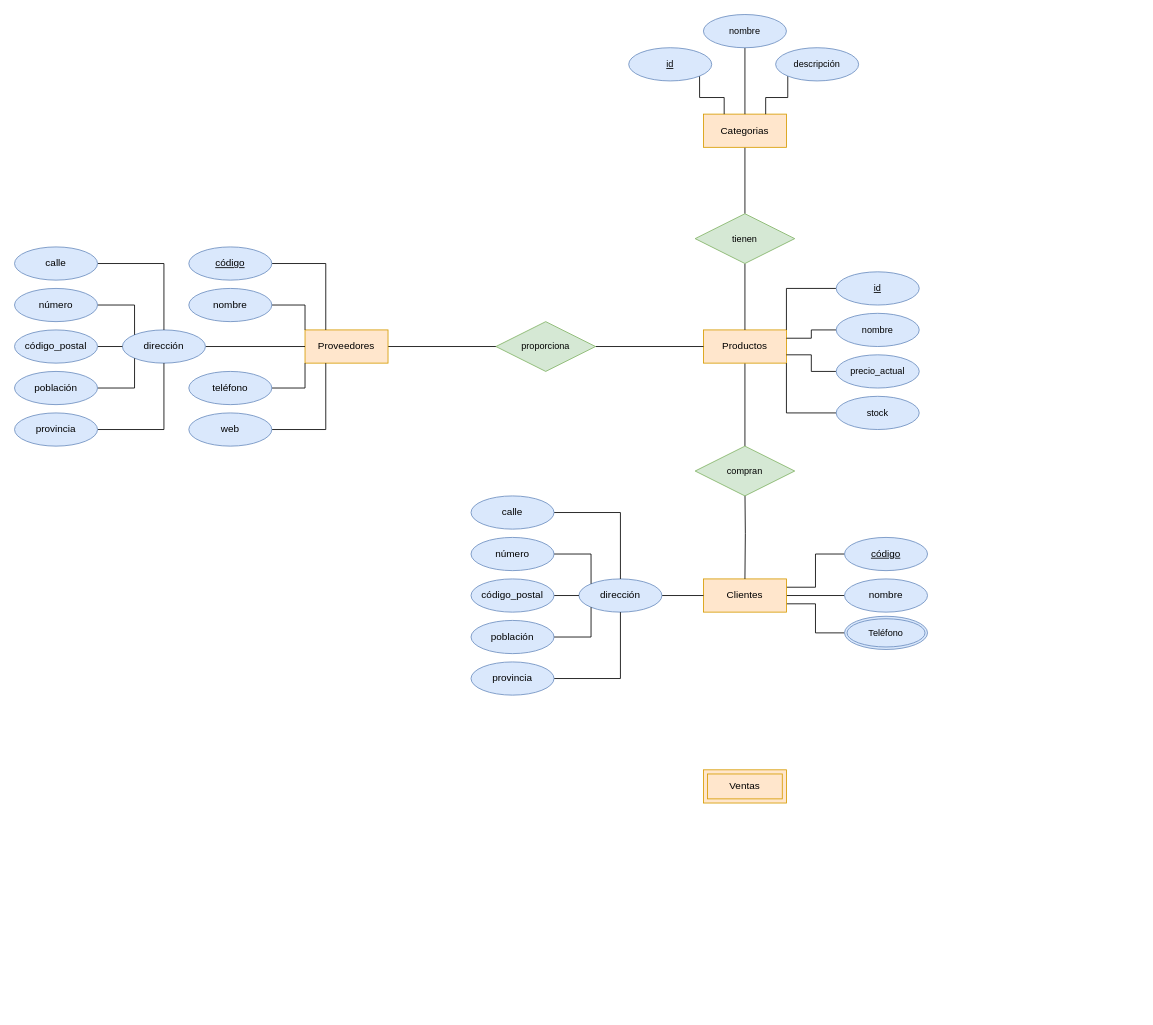
Earlier version of the draw.io diagram Gestión_de_Bases_de_datos/ER/Gestión de ventas.drawio (soystargaze/ASIR). Source tidied: cells renumbered, new cells numbered last; positions are measured from the earlier drawing's top-left corner, leaving out a move shared by most shapes. Both pictures are drawn from the tidied source at 83%, with x=0, y=0 at pixel (14, 14).
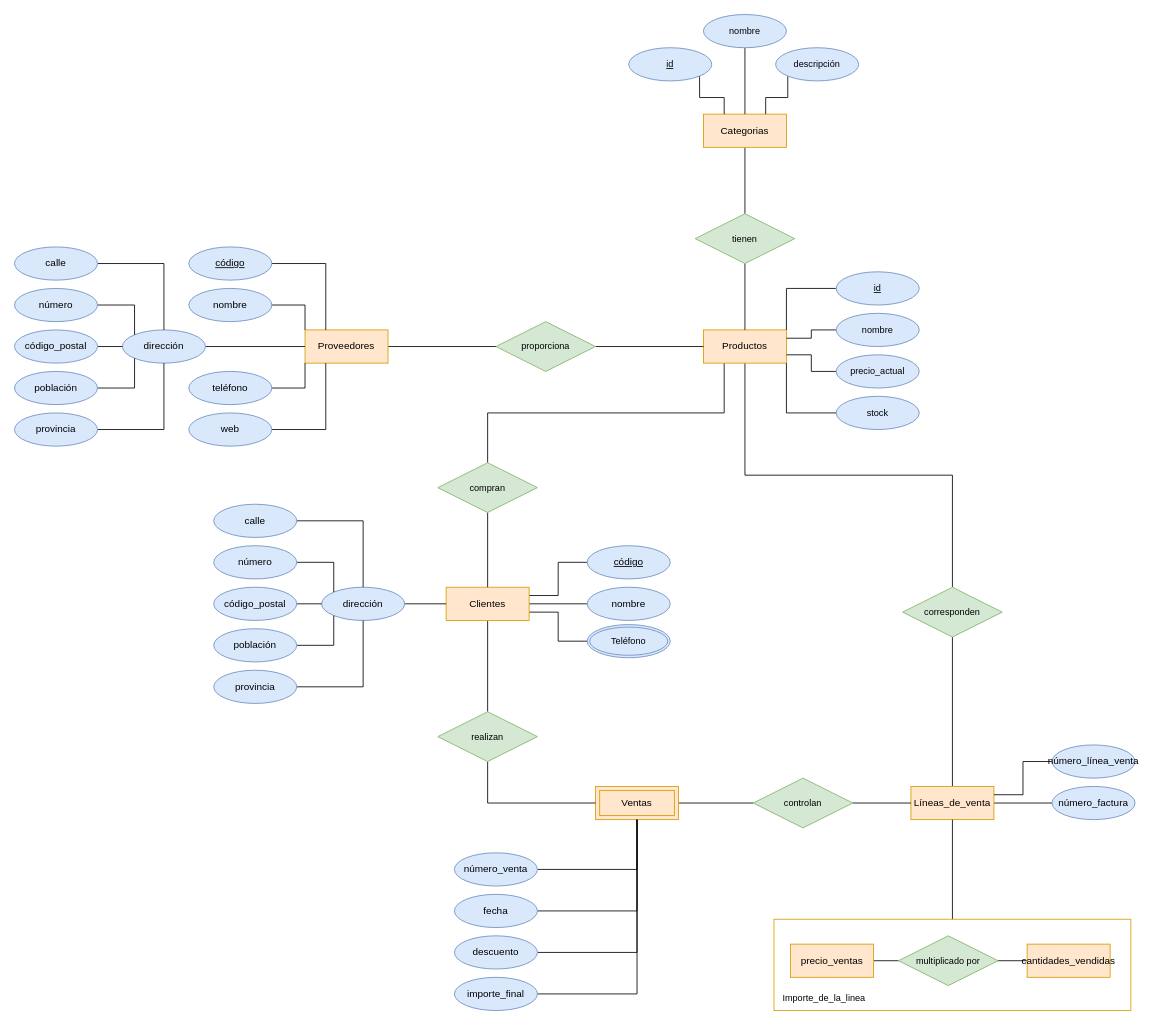
The same diagram, later.

Unchanged cells that the change refers to:
```xml
<mxCell id="5" value="Productos" style="whiteSpace=wrap;html=1;align=center;fillColor=#ffe6cc;strokeColor=#d79b00;" parent="1" vertex="1">
  <mxGeometry x="830" y="380" width="100" height="40" as="geometry" />
</mxCell>
```

Change to the diagram source:
```diff
@@
-    <mxCell id="4" style="edgeStyle=orthogonalEdgeStyle;shape=connector;rounded=0;jettySize=auto;html=1;exitX=0.5;exitY=1;exitDx=0;exitDy=0;entryX=0.5;entryY=0;entryDx=0;entryDy=0;labelBackgroundColor=default;strokeColor=default;align=center;verticalAlign=middle;fontFamily=Helvetica;fontSize=11;fontColor=default;endArrow=none;endFill=0;" parent="1" edge="1" source="5" target="67">
+    <mxCell id="4" style="edgeStyle=orthogonalEdgeStyle;shape=connector;rounded=0;jettySize=auto;html=1;exitX=0.25;exitY=1;exitDx=0;exitDy=0;entryX=0.5;entryY=0;entryDx=0;entryDy=0;labelBackgroundColor=default;strokeColor=default;align=center;verticalAlign=middle;fontFamily=Helvetica;fontSize=11;fontColor=default;endArrow=none;endFill=0;" parent="1" edge="1" source="5" target="67">
       <mxGeometry relative="1" as="geometry" />
     </mxCell>
+    <mxCell id="68" style="edgeStyle=orthogonalEdgeStyle;shape=connector;rounded=0;jettySize=auto;html=1;exitX=0.5;exitY=1;exitDx=0;exitDy=0;entryX=0.5;entryY=0;entryDx=0;entryDy=0;labelBackgroundColor=default;strokeColor=default;align=center;verticalAlign=middle;fontFamily=Helvetica;fontSize=11;fontColor=default;endArrow=none;endFill=0;" parent="1" edge="1" source="5" target="77">
+      <mxGeometry relative="1" as="geometry" />
+    </mxCell>
@@
+    <mxCell id="69" style="edgeStyle=orthogonalEdgeStyle;shape=connector;rounded=0;jettySize=auto;html=1;exitX=1;exitY=0.5;exitDx=0;exitDy=0;entryX=0;entryY=0.5;entryDx=0;entryDy=0;labelBackgroundColor=default;strokeColor=default;align=center;verticalAlign=middle;fontFamily=Helvetica;fontSize=11;fontColor=default;endArrow=none;endFill=0;" parent="1" edge="1" source="6" target="79">
+      <mxGeometry relative="1" as="geometry" />
+    </mxCell>
     <mxCell id="6" value="Ventas" style="shape=ext;margin=3;double=1;whiteSpace=wrap;html=1;align=center;fillColor=#ffe6cc;strokeColor=#d79b00;" parent="1" vertex="1">
-      <mxGeometry x="830" y="910" width="100" height="40" as="geometry" />
+      <mxGeometry x="700" y="930" width="100" height="40" as="geometry" />
     </mxCell>
@@
+    <mxCell id="70" style="edgeStyle=orthogonalEdgeStyle;shape=connector;rounded=0;jettySize=auto;html=1;exitX=0.5;exitY=1;exitDx=0;exitDy=0;entryX=0.5;entryY=0;entryDx=0;entryDy=0;labelBackgroundColor=default;strokeColor=default;align=center;verticalAlign=middle;fontFamily=Helvetica;fontSize=11;fontColor=default;endArrow=none;endFill=0;" parent="1" edge="1" source="30" target="72">
+      <mxGeometry relative="1" as="geometry" />
+    </mxCell>
     <mxCell id="30" value="Clientes" style="whiteSpace=wrap;html=1;align=center;fillColor=#ffe6cc;strokeColor=#d79b00;" parent="1" vertex="1">
-      <mxGeometry x="830" y="680" width="100" height="40" as="geometry" />
+      <mxGeometry x="520" y="690" width="100" height="40" as="geometry" />
     </mxCell>
     <mxCell id="31" value="código" style="ellipse;whiteSpace=wrap;html=1;align=center;fillColor=#dae8fc;strokeColor=#6c8ebf;fontStyle=4;" parent="1" vertex="1">
-      <mxGeometry x="1000" y="630" width="100" height="40" as="geometry" />
+      <mxGeometry x="690" y="640" width="100" height="40" as="geometry" />
     </mxCell>
     <mxCell id="32" value="nombre" style="ellipse;whiteSpace=wrap;html=1;align=center;fillColor=#dae8fc;strokeColor=#6c8ebf;" parent="1" vertex="1">
-      <mxGeometry x="1000" y="680" width="100" height="40" as="geometry" />
+      <mxGeometry x="690" y="690" width="100" height="40" as="geometry" />
     </mxCell>
@@
     <mxCell id="34" value="dirección" style="ellipse;whiteSpace=wrap;html=1;align=center;fillColor=#dae8fc;strokeColor=#6c8ebf;" parent="1" vertex="1">
-      <mxGeometry x="680" y="680" width="100" height="40" as="geometry" />
+      <mxGeometry x="370" y="690" width="100" height="40" as="geometry" />
     </mxCell>
@@
     <mxCell id="36" value="calle" style="ellipse;whiteSpace=wrap;html=1;align=center;fillColor=#dae8fc;strokeColor=#6c8ebf;" parent="1" vertex="1">
-      <mxGeometry x="550" y="580" width="100" height="40" as="geometry" />
+      <mxGeometry x="240" y="590" width="100" height="40" as="geometry" />
     </mxCell>
@@
     <mxCell id="38" value="número" style="ellipse;whiteSpace=wrap;html=1;align=center;fillColor=#dae8fc;strokeColor=#6c8ebf;" parent="1" vertex="1">
-      <mxGeometry x="550" y="630" width="100" height="40" as="geometry" />
+      <mxGeometry x="240" y="640" width="100" height="40" as="geometry" />
     </mxCell>
@@
     <mxCell id="40" value="código_postal" style="ellipse;whiteSpace=wrap;html=1;align=center;fillColor=#dae8fc;strokeColor=#6c8ebf;" parent="1" vertex="1">
-      <mxGeometry x="550" y="680" width="100" height="40" as="geometry" />
+      <mxGeometry x="240" y="690" width="100" height="40" as="geometry" />
     </mxCell>
@@
     <mxCell id="42" value="población" style="ellipse;whiteSpace=wrap;html=1;align=center;fillColor=#dae8fc;strokeColor=#6c8ebf;" parent="1" vertex="1">
-      <mxGeometry x="550" y="730" width="100" height="40" as="geometry" />
+      <mxGeometry x="240" y="740" width="100" height="40" as="geometry" />
     </mxCell>
@@
     <mxCell id="44" value="provincia" style="ellipse;whiteSpace=wrap;html=1;align=center;fillColor=#dae8fc;strokeColor=#6c8ebf;" parent="1" vertex="1">
-      <mxGeometry x="550" y="780" width="100" height="40" as="geometry" />
+      <mxGeometry x="240" y="790" width="100" height="40" as="geometry" />
     </mxCell>
     <mxCell id="45" value="Teléfono" style="ellipse;shape=doubleEllipse;margin=3;whiteSpace=wrap;html=1;align=center;fontFamily=Helvetica;fontSize=11;fillColor=#dae8fc;strokeColor=#6c8ebf;" parent="1" vertex="1">
-      <mxGeometry x="1000" y="725" width="100" height="40" as="geometry" />
+      <mxGeometry x="690" y="735" width="100" height="40" as="geometry" />
     </mxCell>
@@
-    <mxCell id="66" style="edgeStyle=orthogonalEdgeStyle;shape=connector;rounded=0;jettySize=auto;html=1;exitX=0.5;exitY=1;exitDx=0;exitDy=0;entryX=0.5;entryY=0;entryDx=0;entryDy=0;labelBackgroundColor=default;strokeColor=default;align=center;verticalAlign=middle;fontFamily=Helvetica;fontSize=11;fontColor=default;endArrow=none;endFill=0;" parent="1" edge="1" target="30">
-      <mxGeometry relative="1" as="geometry">
-        <mxPoint x="880" y="570" as="sourcePoint" />
-      </mxGeometry>
-    </mxCell>
+    <mxCell id="71" style="edgeStyle=orthogonalEdgeStyle;shape=connector;rounded=0;jettySize=auto;html=1;exitX=0.5;exitY=1;exitDx=0;exitDy=0;entryX=0;entryY=0.5;entryDx=0;entryDy=0;labelBackgroundColor=default;strokeColor=default;align=center;verticalAlign=middle;fontFamily=Helvetica;fontSize=11;fontColor=default;endArrow=none;endFill=0;" parent="1" edge="1" source="72" target="6">
+      <mxGeometry relative="1" as="geometry" />
+    </mxCell>
+    <mxCell id="72" value="realizan" style="shape=rhombus;perimeter=rhombusPerimeter;whiteSpace=wrap;html=1;align=center;fontFamily=Helvetica;fontSize=11;fillColor=#d5e8d4;strokeColor=#82b366;" parent="1" vertex="1">
+      <mxGeometry x="510" y="840" width="120" height="60" as="geometry" />
+    </mxCell>
+    <mxCell id="73" style="edgeStyle=orthogonalEdgeStyle;shape=connector;rounded=0;jettySize=auto;html=1;exitX=0.5;exitY=1;exitDx=0;exitDy=0;entryX=0.5;entryY=0;entryDx=0;entryDy=0;labelBackgroundColor=default;strokeColor=default;align=center;verticalAlign=middle;fontFamily=Helvetica;fontSize=11;fontColor=default;endArrow=none;endFill=0;" parent="1" edge="1" source="67" target="30">
+      <mxGeometry relative="1" as="geometry" />
+    </mxCell>
     <mxCell id="67" value="compran" style="shape=rhombus;perimeter=rhombusPerimeter;whiteSpace=wrap;html=1;align=center;fontFamily=Helvetica;fontSize=11;fillColor=#d5e8d4;strokeColor=#82b366;" parent="1" vertex="1">
-      <mxGeometry x="820" y="520" width="120" height="60" as="geometry" />
+      <mxGeometry x="510" y="540" width="120" height="60" as="geometry" />
     </mxCell>
+    <mxCell id="74" style="edgeStyle=orthogonalEdgeStyle;shape=connector;rounded=0;jettySize=auto;html=1;exitX=0.5;exitY=0;exitDx=0;exitDy=0;entryX=0.5;entryY=1;entryDx=0;entryDy=0;labelBackgroundColor=default;strokeColor=default;align=center;verticalAlign=middle;fontFamily=Helvetica;fontSize=11;fontColor=default;endArrow=none;endFill=0;" parent="1" edge="1" source="76" target="77">
+      <mxGeometry relative="1" as="geometry" />
+    </mxCell>
+    <mxCell id="75" style="edgeStyle=orthogonalEdgeStyle;shape=connector;rounded=0;jettySize=auto;html=1;exitX=1;exitY=0.5;exitDx=0;exitDy=0;entryX=0;entryY=0.5;entryDx=0;entryDy=0;labelBackgroundColor=default;strokeColor=default;align=center;verticalAlign=middle;fontFamily=Helvetica;fontSize=11;fontColor=default;endArrow=none;endFill=0;" parent="1" edge="1" source="76" target="90">
+      <mxGeometry relative="1" as="geometry" />
+    </mxCell>
+    <mxCell id="76" value="Líneas_de_venta" style="whiteSpace=wrap;html=1;align=center;fillColor=#ffe6cc;strokeColor=#d79b00;" parent="1" vertex="1">
+      <mxGeometry x="1080" y="930" width="100" height="40" as="geometry" />
+    </mxCell>
+    <mxCell id="77" value="corresponden" style="shape=rhombus;perimeter=rhombusPerimeter;whiteSpace=wrap;html=1;align=center;fontFamily=Helvetica;fontSize=11;fillColor=#d5e8d4;strokeColor=#82b366;" parent="1" vertex="1">
+      <mxGeometry x="1070" y="690" width="120" height="60" as="geometry" />
+    </mxCell>
+    <mxCell id="78" style="edgeStyle=orthogonalEdgeStyle;shape=connector;rounded=0;jettySize=auto;html=1;exitX=1;exitY=0.5;exitDx=0;exitDy=0;entryX=0;entryY=0.5;entryDx=0;entryDy=0;labelBackgroundColor=default;strokeColor=default;align=center;verticalAlign=middle;fontFamily=Helvetica;fontSize=11;fontColor=default;endArrow=none;endFill=0;" parent="1" edge="1" source="79" target="76">
+      <mxGeometry relative="1" as="geometry" />
+    </mxCell>
+    <mxCell id="79" value="controlan" style="shape=rhombus;perimeter=rhombusPerimeter;whiteSpace=wrap;html=1;align=center;fontFamily=Helvetica;fontSize=11;fillColor=#d5e8d4;strokeColor=#82b366;" parent="1" vertex="1">
+      <mxGeometry x="890" y="920" width="120" height="60" as="geometry" />
+    </mxCell>
+    <mxCell id="80" style="edgeStyle=orthogonalEdgeStyle;shape=connector;rounded=0;jettySize=auto;html=1;exitX=1;exitY=0.5;exitDx=0;exitDy=0;entryX=0.5;entryY=1;entryDx=0;entryDy=0;labelBackgroundColor=default;strokeColor=default;align=center;verticalAlign=middle;fontFamily=Helvetica;fontSize=11;fontColor=default;endArrow=none;endFill=0;" parent="1" edge="1" source="81" target="6">
+      <mxGeometry relative="1" as="geometry" />
+    </mxCell>
+    <mxCell id="81" value="fecha" style="ellipse;whiteSpace=wrap;html=1;align=center;fillColor=#dae8fc;strokeColor=#6c8ebf;" parent="1" vertex="1">
+      <mxGeometry x="530" y="1060" width="100" height="40" as="geometry" />
+    </mxCell>
+    <mxCell id="82" style="edgeStyle=orthogonalEdgeStyle;shape=connector;rounded=0;jettySize=auto;html=1;exitX=1;exitY=0.5;exitDx=0;exitDy=0;entryX=0.5;entryY=1;entryDx=0;entryDy=0;labelBackgroundColor=default;strokeColor=default;align=center;verticalAlign=middle;fontFamily=Helvetica;fontSize=11;fontColor=default;endArrow=none;endFill=0;" parent="1" edge="1" source="83" target="6">
+      <mxGeometry relative="1" as="geometry" />
+    </mxCell>
+    <mxCell id="83" value="importe_final" style="ellipse;whiteSpace=wrap;html=1;align=center;fillColor=#dae8fc;strokeColor=#6c8ebf;" parent="1" vertex="1">
+      <mxGeometry x="530" y="1160" width="100" height="40" as="geometry" />
+    </mxCell>
+    <mxCell id="84" style="edgeStyle=orthogonalEdgeStyle;shape=connector;rounded=0;jettySize=auto;html=1;exitX=1;exitY=0.5;exitDx=0;exitDy=0;entryX=0.5;entryY=1;entryDx=0;entryDy=0;labelBackgroundColor=default;strokeColor=default;align=center;verticalAlign=middle;fontFamily=Helvetica;fontSize=11;fontColor=default;endArrow=none;endFill=0;" parent="1" edge="1" source="85" target="6">
+      <mxGeometry relative="1" as="geometry" />
+    </mxCell>
+    <mxCell id="85" value="número_venta" style="ellipse;whiteSpace=wrap;html=1;align=center;fillColor=#dae8fc;strokeColor=#6c8ebf;" parent="1" vertex="1">
+      <mxGeometry x="530" y="1010" width="100" height="40" as="geometry" />
+    </mxCell>
+    <mxCell id="86" style="edgeStyle=orthogonalEdgeStyle;shape=connector;rounded=0;jettySize=auto;html=1;exitX=1;exitY=0.5;exitDx=0;exitDy=0;entryX=0.5;entryY=1;entryDx=0;entryDy=0;labelBackgroundColor=default;strokeColor=default;align=center;verticalAlign=middle;fontFamily=Helvetica;fontSize=11;fontColor=default;endArrow=none;endFill=0;" parent="1" edge="1" source="87" target="6">
+      <mxGeometry relative="1" as="geometry" />
+    </mxCell>
+    <mxCell id="87" value="descuento" style="ellipse;whiteSpace=wrap;html=1;align=center;fillColor=#dae8fc;strokeColor=#6c8ebf;" parent="1" vertex="1">
+      <mxGeometry x="530" y="1110" width="100" height="40" as="geometry" />
+    </mxCell>
+    <mxCell id="88" style="edgeStyle=orthogonalEdgeStyle;shape=connector;rounded=0;jettySize=auto;html=1;exitX=0;exitY=0.5;exitDx=0;exitDy=0;entryX=1;entryY=0.25;entryDx=0;entryDy=0;labelBackgroundColor=default;strokeColor=default;align=center;verticalAlign=middle;fontFamily=Helvetica;fontSize=11;fontColor=default;endArrow=none;endFill=0;" parent="1" edge="1" source="89" target="76">
+      <mxGeometry relative="1" as="geometry" />
+    </mxCell>
+    <mxCell id="89" value="número_línea_venta" style="ellipse;whiteSpace=wrap;html=1;align=center;fillColor=#dae8fc;strokeColor=#6c8ebf;" parent="1" vertex="1">
+      <mxGeometry x="1250" y="880" width="100" height="40" as="geometry" />
+    </mxCell>
+    <mxCell id="90" value="número_factura" style="ellipse;whiteSpace=wrap;html=1;align=center;fillColor=#dae8fc;strokeColor=#6c8ebf;" parent="1" vertex="1">
+      <mxGeometry x="1250" y="930" width="100" height="40" as="geometry" />
+    </mxCell>
+    <mxCell id="91" style="edgeStyle=orthogonalEdgeStyle;shape=connector;rounded=0;jettySize=auto;html=1;exitX=1;exitY=0.5;exitDx=0;exitDy=0;entryX=0;entryY=0.5;entryDx=0;entryDy=0;labelBackgroundColor=default;strokeColor=default;align=center;verticalAlign=middle;fontFamily=Helvetica;fontSize=11;fontColor=default;endArrow=none;endFill=0;" parent="1" edge="1" source="92" target="95">
+      <mxGeometry relative="1" as="geometry" />
+    </mxCell>
+    <mxCell id="92" value="precio_ventas" style="whiteSpace=wrap;html=1;align=center;fillColor=#ffe6cc;strokeColor=#d79b00;" parent="1" vertex="1">
+      <mxGeometry x="935" y="1120" width="100" height="40" as="geometry" />
+    </mxCell>
+    <mxCell id="93" style="edgeStyle=orthogonalEdgeStyle;shape=connector;rounded=0;jettySize=auto;html=1;exitX=0;exitY=0.5;exitDx=0;exitDy=0;entryX=1;entryY=0.5;entryDx=0;entryDy=0;labelBackgroundColor=default;strokeColor=default;align=center;verticalAlign=middle;fontFamily=Helvetica;fontSize=11;fontColor=default;endArrow=none;endFill=0;" parent="1" edge="1" source="94" target="95">
+      <mxGeometry relative="1" as="geometry" />
+    </mxCell>
+    <mxCell id="94" value="cantidades_vendidas" style="whiteSpace=wrap;html=1;align=center;fillColor=#ffe6cc;strokeColor=#d79b00;" parent="1" vertex="1">
+      <mxGeometry x="1220" y="1120" width="100" height="40" as="geometry" />
+    </mxCell>
+    <mxCell id="95" value="multiplicado por" style="shape=rhombus;perimeter=rhombusPerimeter;whiteSpace=wrap;html=1;align=center;fontFamily=Helvetica;fontSize=11;fillColor=#d5e8d4;strokeColor=#82b366;" parent="1" vertex="1">
+      <mxGeometry x="1065" y="1110" width="120" height="60" as="geometry" />
+    </mxCell>
+    <mxCell id="96" style="edgeStyle=orthogonalEdgeStyle;shape=connector;rounded=0;jettySize=auto;html=1;exitX=0.5;exitY=0;exitDx=0;exitDy=0;entryX=0.5;entryY=1;entryDx=0;entryDy=0;labelBackgroundColor=default;strokeColor=default;align=center;verticalAlign=middle;fontFamily=Helvetica;fontSize=11;fontColor=default;endArrow=none;endFill=0;" parent="1" edge="1" source="97" target="76">
+      <mxGeometry relative="1" as="geometry" />
+    </mxCell>
+    <mxCell id="97" style="rounded=0;whiteSpace=wrap;html=1;fontFamily=Helvetica;fontSize=11;fillColor=none;strokeColor=#d79b00;" parent="1" vertex="1">
+      <mxGeometry x="915" y="1090" width="430" height="110" as="geometry" />
+    </mxCell>
+    <mxCell id="98" value="Importe_de_la_linea" style="text;html=1;align=center;verticalAlign=middle;strokeColor=none;fillColor=none;fontSize=11;fontFamily=Helvetica;fontColor=default;" parent="1" vertex="1">
+      <mxGeometry x="915" y="1170" width="120" height="30" as="geometry" />
+    </mxCell>
```
